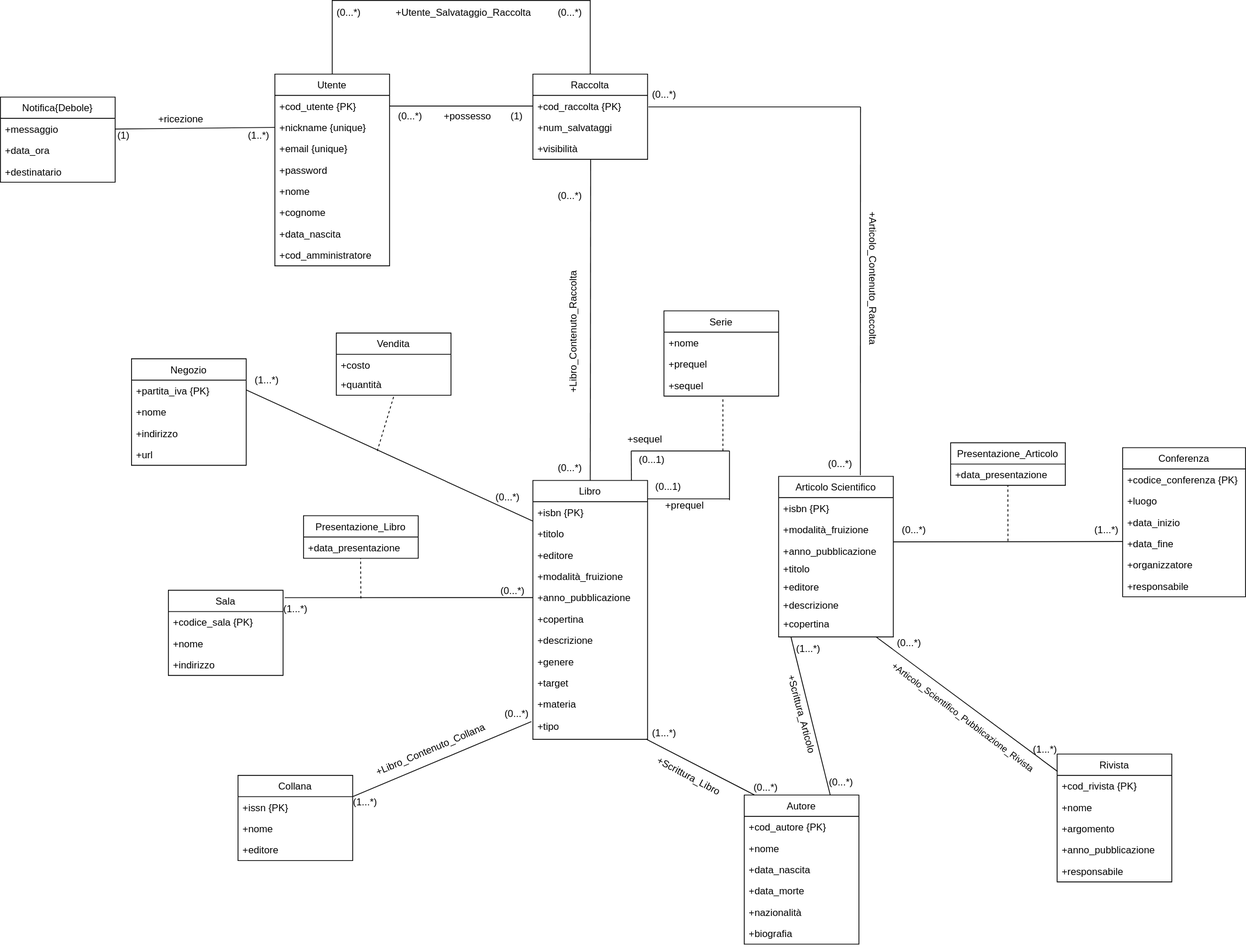
Above: progettazione_concettuale/Modello_Concettuale_Ristrutturato.drawio.svg in m3tt0/Progetto_OB_BASI (draw.io), before the change. Source tidied: cells renumbered, new cells last; positions are measured from the earlier drawing's top-left corner, leaving out a move shared by most shapes.
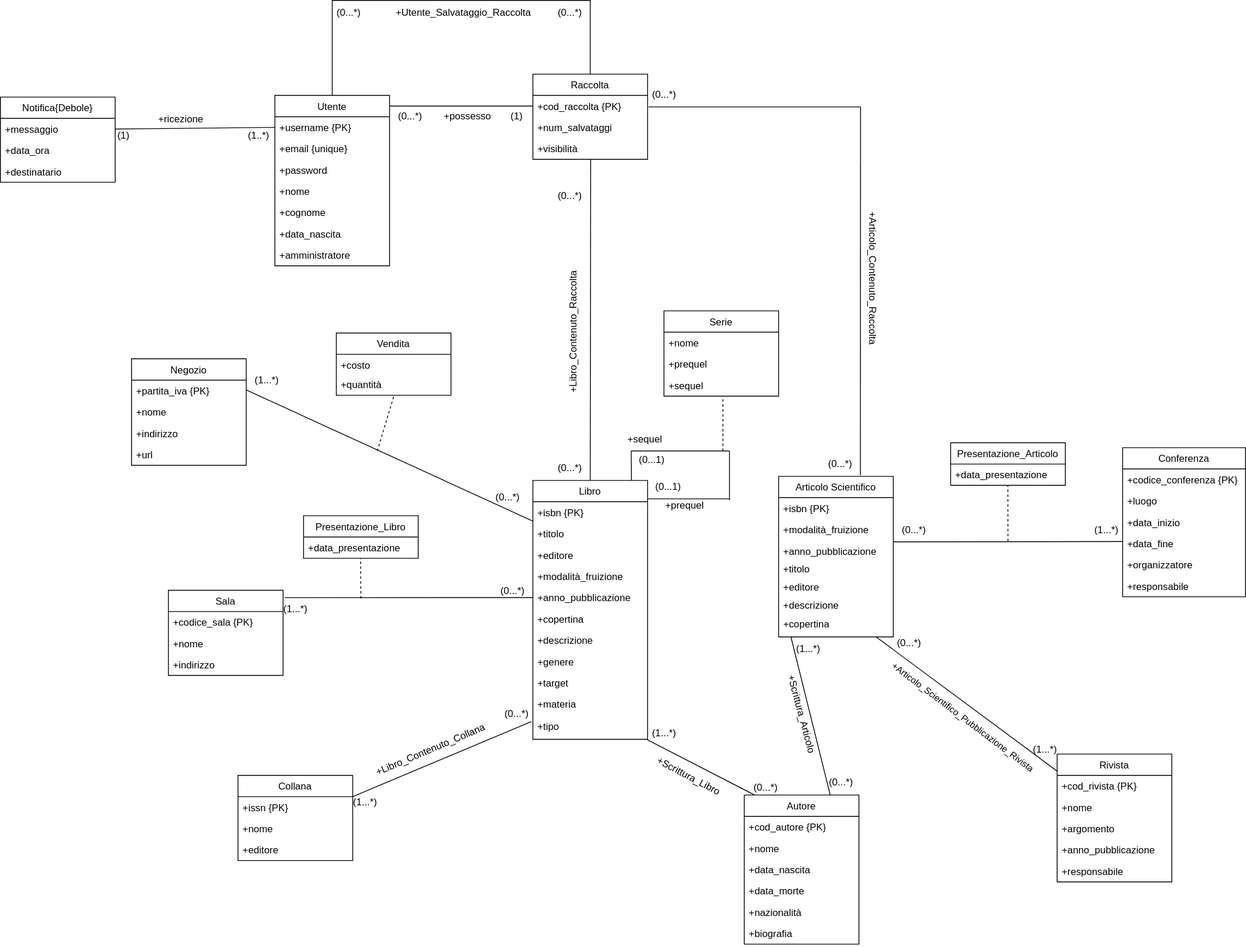
The same file after the commit.

What changed in the source:
```diff
@@ -285,31 +285,28 @@
       <mxGeometry x="800" y="602" width="70" height="30" as="geometry" />
     </mxCell>
     <mxCell id="91" value="Utente" style="swimlane;fontStyle=0;horizontal=1;startSize=26;fillColor=none;" parent="1" vertex="1">
-      <mxGeometry x="335" y="90" width="140" height="234" as="geometry" />
+      <mxGeometry x="335" y="116" width="140" height="208" as="geometry" />
     </mxCell>
-    <mxCell id="92" value="+cod_utente {PK}" style="text;strokeColor=none;fillColor=none;align=left;verticalAlign=top;spacingLeft=4;spacingRight=4;overflow=hidden;points=[[0,0.5],[1,0.5]];portConstraint=eastwest;fontStyle=0;" parent="91" vertex="1">
-      <mxGeometry y="26" width="140" height="26" as="geometry" />
-    </mxCell>
-    <mxCell id="93" value="+nickname {unique}" style="text;strokeColor=none;fillColor=none;align=left;verticalAlign=top;spacingLeft=4;spacingRight=4;overflow=hidden;points=[[0,0.5],[1,0.5]];portConstraint=eastwest;" parent="91" vertex="1">
-      <mxGeometry y="52" width="140" height="26" as="geometry" />
+    <mxCell id="93" value="+username {PK}" style="text;strokeColor=none;fillColor=none;align=left;verticalAlign=top;spacingLeft=4;spacingRight=4;overflow=hidden;points=[[0,0.5],[1,0.5]];portConstraint=eastwest;" parent="91" vertex="1">
+      <mxGeometry y="26" width="140" height="26" as="geometry" />
     </mxCell>
     <mxCell id="94" value="+email {unique}" style="text;strokeColor=none;fillColor=none;align=left;verticalAlign=top;spacingLeft=4;spacingRight=4;overflow=hidden;" parent="91" vertex="1">
-      <mxGeometry y="78" width="140" height="26" as="geometry" />
+      <mxGeometry y="52" width="140" height="26" as="geometry" />
     </mxCell>
     <mxCell id="95" value="+password" style="text;strokeColor=none;fillColor=none;align=left;verticalAlign=top;spacingLeft=4;spacingRight=4;overflow=hidden;" parent="91" vertex="1">
-      <mxGeometry y="104" width="140" height="26" as="geometry" />
+      <mxGeometry y="78" width="140" height="26" as="geometry" />
     </mxCell>
     <mxCell id="96" value="+nome" style="text;strokeColor=none;fillColor=none;align=left;verticalAlign=top;spacingLeft=4;spacingRight=4;overflow=hidden;" parent="91" vertex="1">
-      <mxGeometry y="130" width="140" height="26" as="geometry" />
+      <mxGeometry y="104" width="140" height="26" as="geometry" />
     </mxCell>
     <mxCell id="97" value="+cognome" style="text;strokeColor=none;fillColor=none;align=left;verticalAlign=top;spacingLeft=4;spacingRight=4;overflow=hidden;" parent="91" vertex="1">
-      <mxGeometry y="156" width="140" height="26" as="geometry" />
+      <mxGeometry y="130" width="140" height="26" as="geometry" />
     </mxCell>
     <mxCell id="98" value="+data_nascita" style="text;strokeColor=none;fillColor=none;align=left;verticalAlign=top;spacingLeft=4;spacingRight=4;overflow=hidden;" parent="91" vertex="1">
-      <mxGeometry y="182" width="140" height="26" as="geometry" />
+      <mxGeometry y="156" width="140" height="26" as="geometry" />
     </mxCell>
-    <mxCell id="99" value="+cod_amministratore" style="text;strokeColor=none;fillColor=none;align=left;verticalAlign=top;spacingLeft=4;spacingRight=4;overflow=hidden;" parent="91" vertex="1">
-      <mxGeometry y="208" width="140" height="26" as="geometry" />
+    <mxCell id="99" value="+amministratore" style="text;strokeColor=none;fillColor=none;align=left;verticalAlign=top;spacingLeft=4;spacingRight=4;overflow=hidden;" parent="91" vertex="1">
+      <mxGeometry y="182" width="140" height="26" as="geometry" />
     </mxCell>
     <mxCell id="100" style="endArrow=none;html=1;rounded=0;entryX=0;entryY=0.5;entryDx=0;entryDy=0;exitX=1;exitY=0.5;exitDx=0;exitDy=0;" parent="1" edge="1" source="102" target="93">
       <mxGeometry relative="1" as="geometry" />
@@ -347,8 +344,10 @@
     <mxCell id="111" value="+visibilità" style="text;strokeColor=none;fillColor=none;align=left;verticalAlign=top;spacingLeft=4;spacingRight=4;overflow=hidden;points=[[0,0.5],[1,0.5]];portConstraint=eastwest;" parent="108" vertex="1">
       <mxGeometry y="78" width="140" height="26" as="geometry" />
     </mxCell>
-    <mxCell id="112" style="endArrow=none;html=1;rounded=0;entryX=0;entryY=0.5;entryDx=0;entryDy=0;exitX=1;exitY=0.5;exitDx=0;exitDy=0;" parent="1" edge="1" source="92" target="109">
-      <mxGeometry relative="1" as="geometry" />
+    <mxCell id="112" style="endArrow=none;html=1;rounded=0;entryX=0;entryY=0.5;entryDx=0;entryDy=0;exitX=1;exitY=0.5;exitDx=0;exitDy=0;" parent="1" edge="1" target="109">
+      <mxGeometry relative="1" as="geometry">
+        <mxPoint x="475" y="129" as="sourcePoint" />
+      </mxGeometry>
     </mxCell>
     <mxCell id="113" value="(1)" style="text;html=1;align=center;verticalAlign=middle;strokeColor=none;fillColor=none;" parent="1" vertex="1">
       <mxGeometry x="610" y="127" width="40" height="30" as="geometry" />
```
